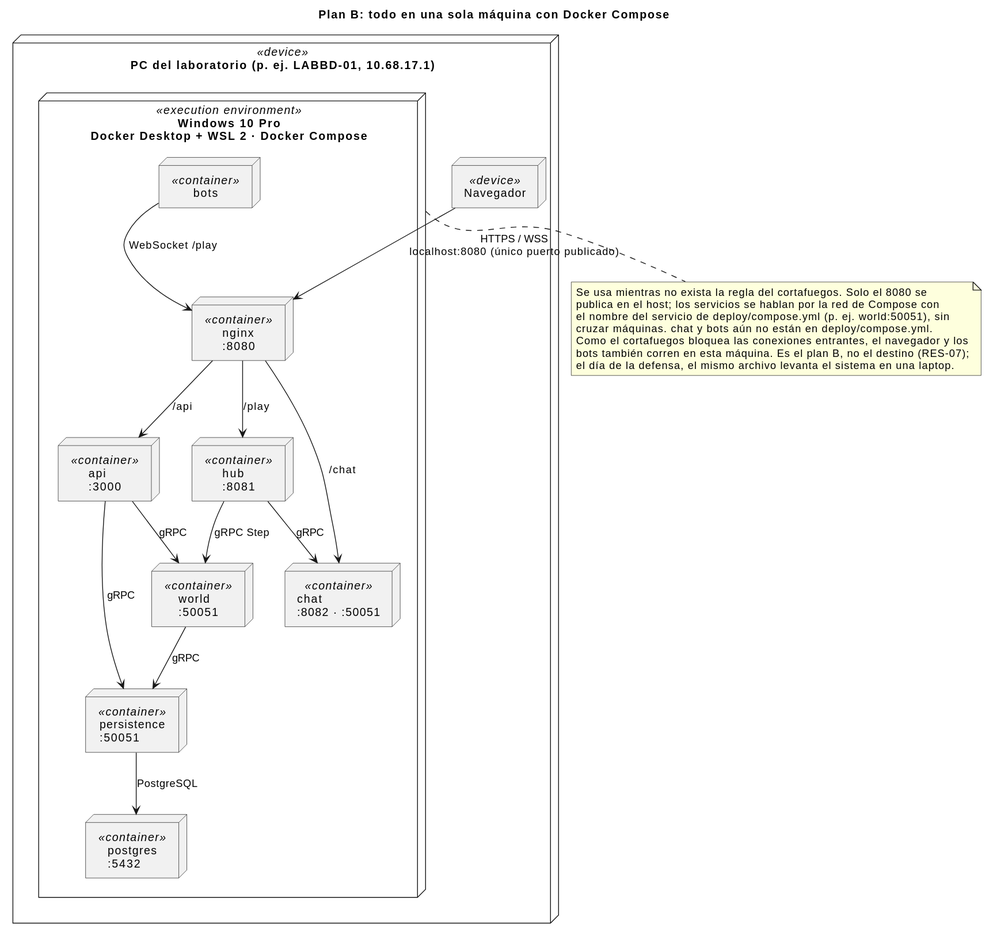
Before: docs/diagrams/08-despliegue-plan-b.svg, a diagram exported from PlantUML (iadev2005/hydrovalley).
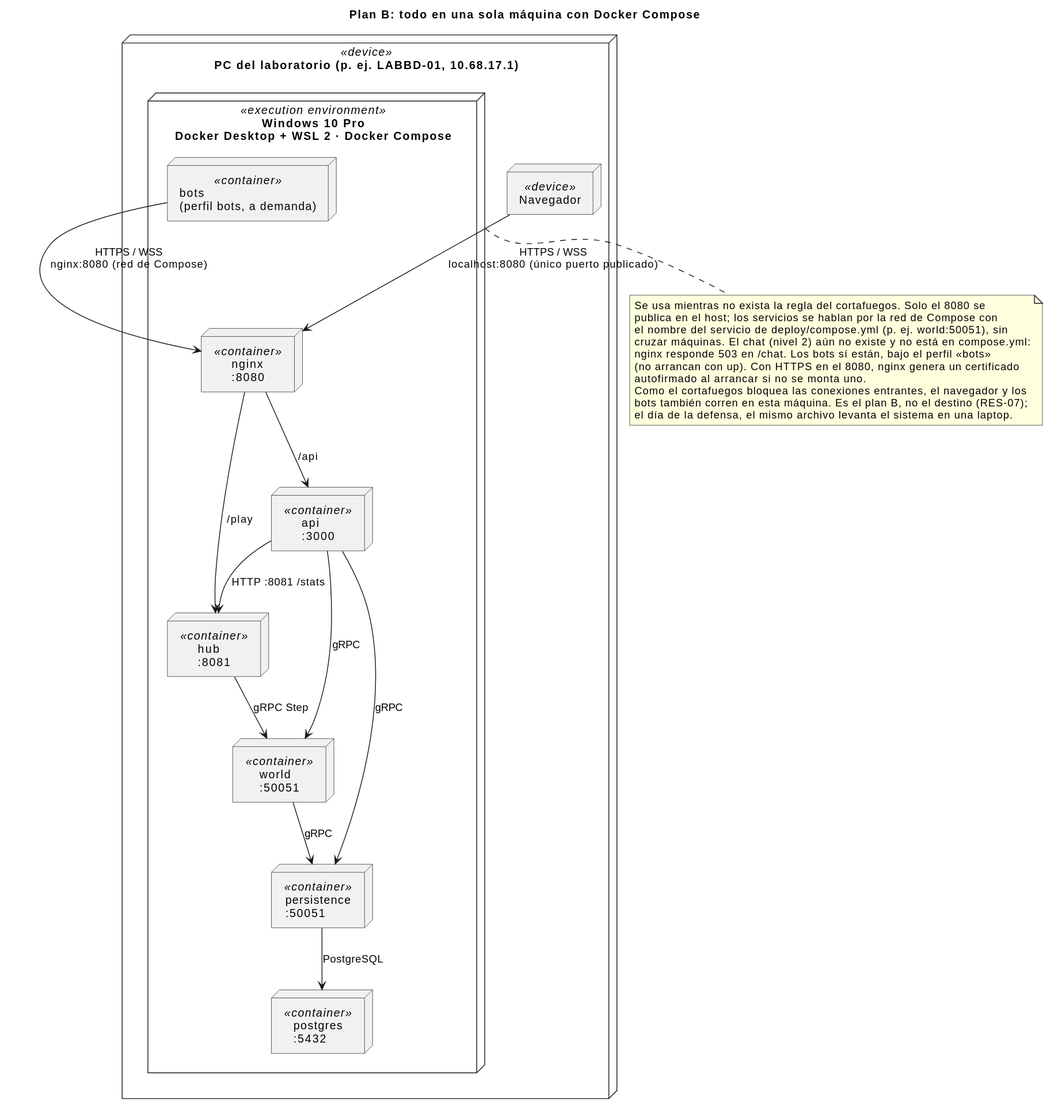
Later version of the same file.

Diff of the diagram source:
```diff
@@ -10,22 +10,20 @@
     node "nginx\n:8080" as NginxB <<container>>
     node "api\n:3000" as ApiB <<container>>
     node "hub\n:8081" as HubB <<container>>
-    node "chat\n:8082 · :50051" as ChatB <<container>>
     node "world\n:50051" as WorldB <<container>>
     node "persistence\n:50051" as PersistenceB <<container>>
     node "postgres\n:5432" as PostgresB <<container>>
-    node "bots" as BotsB <<container>>
+    node "bots\n(perfil bots, a demanda)" as BotsB <<container>>
   }
 }
 
 BrowserB --> NginxB : HTTPS / WSS\nlocalhost:8080 (único puerto publicado)
-BotsB --> NginxB : WebSocket /play
+BotsB --> NginxB : HTTPS / WSS\nnginx:8080 (red de Compose)
 NginxB --> ApiB : /api
 NginxB --> HubB : /play
-NginxB --> ChatB : /chat
 HubB --> WorldB : gRPC Step
-HubB --> ChatB : gRPC
 ApiB --> WorldB : gRPC
+ApiB --> HubB : HTTP :8081 /stats
 ApiB --> PersistenceB : gRPC
 WorldB --> PersistenceB : gRPC
 PersistenceB --> PostgresB : PostgreSQL
@@ -34,7 +32,10 @@
   Se usa mientras no exista la regla del cortafuegos. Solo el 8080 se
   publica en el host; los servicios se hablan por la red de Compose con
   el nombre del servicio de deploy/compose.yml (p. ej. world:50051), sin
-  cruzar máquinas. chat y bots aún no están en deploy/compose.yml.
+  cruzar máquinas. El chat (nivel 2) aún no existe y no está en compose.yml:
+  nginx responde 503 en /chat. Los bots sí están, bajo el perfil «bots»
+  (no arrancan con up). Con HTTPS en el 8080, nginx genera un certificado
+  autofirmado al arrancar si no se monta uno.
   Como el cortafuegos bloquea las conexiones entrantes, el navegador y los
   bots también corren en esta máquina. Es el plan B, no el destino (RES-07);
   el día de la defensa, el mismo archivo levanta el sistema en una laptop.
```
